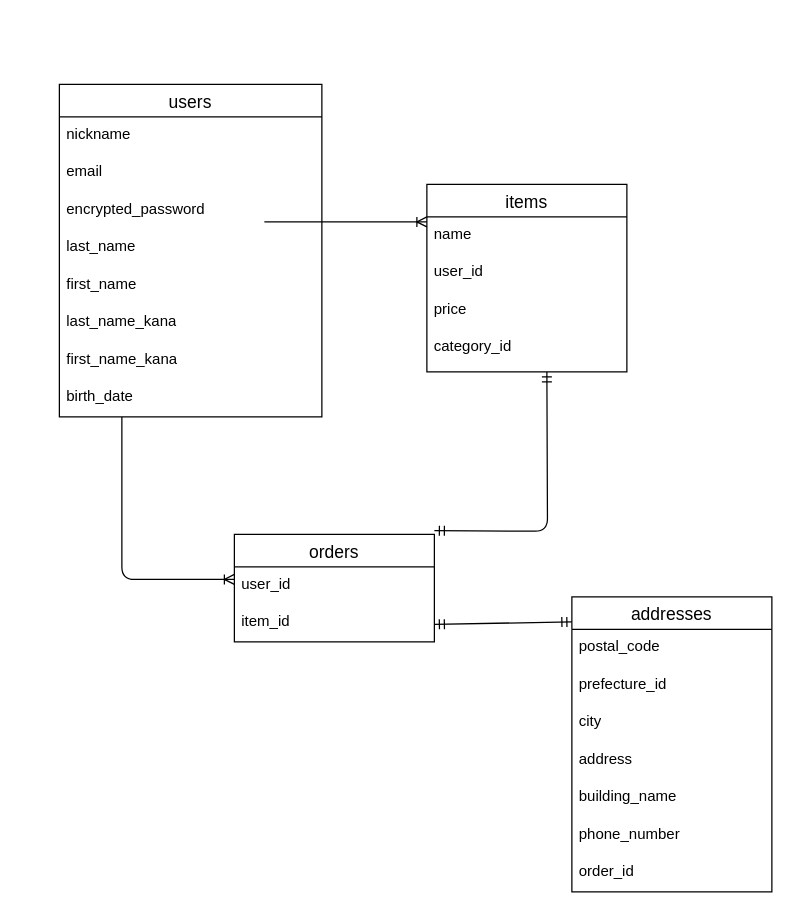
This is test.dio from okada076/furima-42380, a draw.io file, before an edit. Source tidied: cells renumbered, new cells numbered last; positions are measured from the earlier drawing's top-left corner, leaving out a move shared by most shapes. Both pictures are drawn from the tidied source at 125%, with x=0, y=0 at pixel (21, 84).
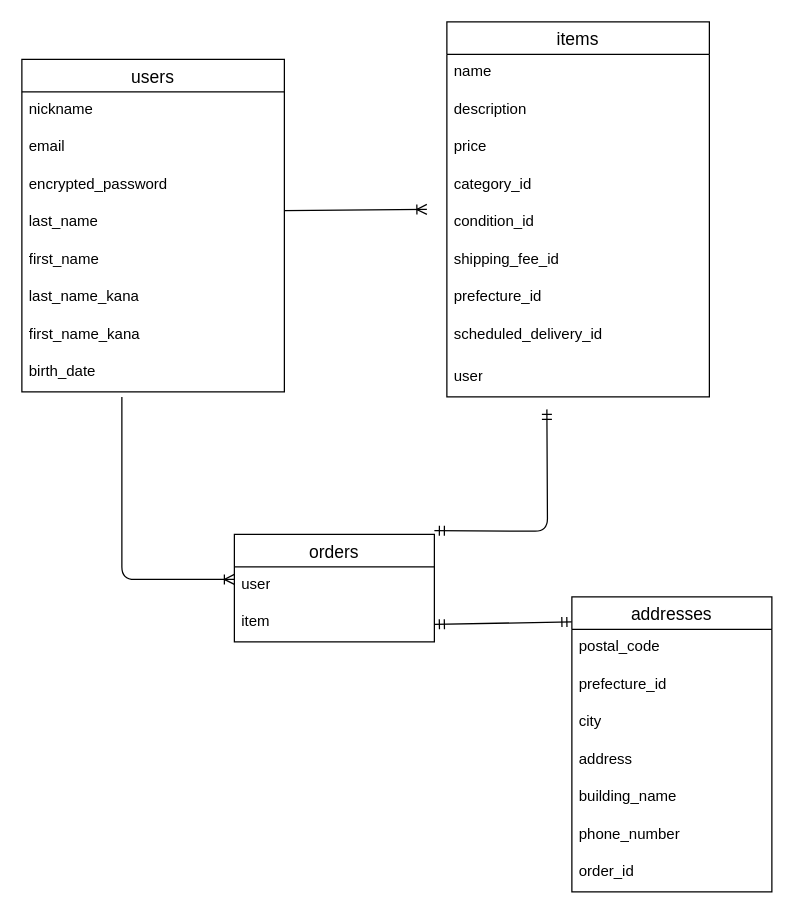
The same diagram, later.

Commit message (it also covers changes not shown here):
データベース設計修正

Unchanged cells that the change refers to:
```xml
<mxCell id="6" value="last_name" style="text;strokeColor=none;fillColor=none;spacingLeft=4;spacingRight=4;overflow=hidden;points=[[0,0.5],[1,0.5]];portConstraint=eastwest;fontSize=12;whiteSpace=wrap;html=1;" parent="2" vertex="1">
  <mxGeometry y="116" width="210" height="30" as="geometry" />
</mxCell>
<mxCell id="16" value="orders" style="swimlane;fontStyle=0;horizontal=1;startSize=26;align=center;fontSize=14;" parent="1" vertex="1">
  <mxGeometry x="170" y="360" width="160" height="86" as="geometry" />
</mxCell>
```

Change to the diagram source:
```diff
@@
     <mxCell id="2" value="users" style="swimlane;fontStyle=0;horizontal=1;startSize=26;align=center;fontSize=14;" parent="1" vertex="1">
-      <mxGeometry x="30" width="210" height="266" as="geometry" />
+      <mxGeometry y="-20" width="210" height="266" as="geometry" />
     </mxCell>
@@
     <mxCell id="11" value="items" style="swimlane;fontStyle=0;horizontal=1;startSize=26;align=center;fontSize=14;" parent="1" vertex="1">
-      <mxGeometry x="324" y="80" width="160" height="150" as="geometry" />
+      <mxGeometry x="340" y="-50" width="210" height="300" as="geometry" />
     </mxCell>
     <mxCell id="12" value="name" style="text;strokeColor=none;fillColor=none;spacingLeft=4;spacingRight=4;overflow=hidden;fontSize=12;whiteSpace=wrap;html=1;" parent="11" vertex="1">
-      <mxGeometry y="26" width="160" height="30" as="geometry" />
+      <mxGeometry y="26" width="210" height="30" as="geometry" />
     </mxCell>
-    <mxCell id="13" value="user_id" style="text;strokeColor=none;fillColor=none;spacingLeft=4;spacingRight=4;overflow=hidden;fontSize=12;whiteSpace=wrap;html=1;" parent="11" vertex="1">
-      <mxGeometry y="56" width="160" height="30" as="geometry" />
-    </mxCell>
+    <mxCell id="31" value="description" style="text;strokeColor=none;fillColor=none;spacingLeft=4;spacingRight=4;overflow=hidden;fontSize=12;whiteSpace=wrap;html=1;" parent="11" vertex="1">
+      <mxGeometry y="56" width="210" height="30" as="geometry" />
+    </mxCell>
+    <mxCell id="32" value="price" style="text;strokeColor=none;fillColor=none;spacingLeft=4;spacingRight=4;overflow=hidden;fontSize=12;whiteSpace=wrap;html=1;" parent="11" vertex="1">
+      <mxGeometry y="86" width="210" height="30" as="geometry" />
+    </mxCell>
-    <mxCell id="14" value="price" style="text;strokeColor=none;fillColor=none;spacingLeft=4;spacingRight=4;overflow=hidden;fontSize=12;whiteSpace=wrap;html=1;" parent="11" vertex="1">
-      <mxGeometry y="86" width="160" height="30" as="geometry" />
+    <mxCell id="14" value="category_id" style="text;strokeColor=none;fillColor=none;spacingLeft=4;spacingRight=4;overflow=hidden;fontSize=12;whiteSpace=wrap;html=1;" parent="11" vertex="1">
+      <mxGeometry y="116" width="210" height="30" as="geometry" />
     </mxCell>
+    <mxCell id="33" value="condition_id" style="text;strokeColor=none;fillColor=none;spacingLeft=4;spacingRight=4;overflow=hidden;fontSize=12;whiteSpace=wrap;html=1;" parent="11" vertex="1">
+      <mxGeometry y="146" width="210" height="30" as="geometry" />
+    </mxCell>
+    <mxCell id="34" value="shipping_fee_id" style="text;strokeColor=none;fillColor=none;spacingLeft=4;spacingRight=4;overflow=hidden;fontSize=12;whiteSpace=wrap;html=1;" parent="11" vertex="1">
+      <mxGeometry y="176" width="210" height="30" as="geometry" />
+    </mxCell>
+    <mxCell id="35" value="prefecture_id" style="text;strokeColor=none;fillColor=none;spacingLeft=4;spacingRight=4;overflow=hidden;fontSize=12;whiteSpace=wrap;html=1;" parent="11" vertex="1">
+      <mxGeometry y="206" width="210" height="30" as="geometry" />
+    </mxCell>
-    <mxCell id="15" value="category_id" style="text;strokeColor=none;fillColor=none;spacingLeft=4;spacingRight=4;overflow=hidden;fontSize=12;whiteSpace=wrap;html=1;" parent="11" vertex="1">
-      <mxGeometry y="116" width="160" height="34" as="geometry" />
+    <mxCell id="15" value="scheduled_delivery_id" style="text;strokeColor=none;fillColor=none;spacingLeft=4;spacingRight=4;overflow=hidden;fontSize=12;whiteSpace=wrap;html=1;" parent="11" vertex="1">
+      <mxGeometry y="236" width="210" height="34" as="geometry" />
     </mxCell>
+    <mxCell id="36" value="user" style="text;strokeColor=none;fillColor=none;spacingLeft=4;spacingRight=4;overflow=hidden;fontSize=12;whiteSpace=wrap;html=1;" parent="11" vertex="1">
+      <mxGeometry y="270" width="210" height="30" as="geometry" />
+    </mxCell>
@@
-    <mxCell id="17" value="user_id" style="text;strokeColor=none;fillColor=none;spacingLeft=4;spacingRight=4;overflow=hidden;fontSize=12;whiteSpace=wrap;html=1;" parent="16" vertex="1">
+    <mxCell id="17" value="user" style="text;strokeColor=none;fillColor=none;spacingLeft=4;spacingRight=4;overflow=hidden;fontSize=12;whiteSpace=wrap;html=1;" parent="16" vertex="1">
       <mxGeometry y="26" width="160" height="30" as="geometry" />
     </mxCell>
-    <mxCell id="18" value="item_id" style="text;strokeColor=none;fillColor=none;spacingLeft=4;spacingRight=4;overflow=hidden;fontSize=12;whiteSpace=wrap;html=1;" parent="16" vertex="1">
+    <mxCell id="18" value="item" style="text;strokeColor=none;fillColor=none;spacingLeft=4;spacingRight=4;overflow=hidden;fontSize=12;whiteSpace=wrap;html=1;" parent="16" vertex="1">
       <mxGeometry y="56" width="160" height="30" as="geometry" />
     </mxCell>
-    <mxCell id="19" style="edgeStyle=entityRelationEdgeStyle;fontSize=12;html=1;endArrow=ERoneToMany;" parent="1" edge="1">
+    <mxCell id="19" style="fontSize=12;html=1;endArrow=ERoneToMany;exitX=1;exitY=0.167;exitDx=0;exitDy=0;exitPerimeter=0;" parent="1" edge="1" source="6">
       <mxGeometry relative="1" as="geometry">
-        <mxPoint x="194" y="110" as="sourcePoint" />
-        <mxPoint x="324" y="110" as="targetPoint" />
-        <Array as="points">
-          <mxPoint x="154" y="60" />
-          <mxPoint x="154" y="30" />
-          <mxPoint x="274" y="40" />
-          <mxPoint x="194" y="20" />
-        </Array>
+        <mxPoint x="324" y="100" as="targetPoint" />
       </mxGeometry>
     </mxCell>
@@
     <mxCell id="29" style="fontSize=12;html=1;endArrow=ERoneToMany;edgeStyle=elbowEdgeStyle;elbow=vertical;" parent="1" edge="1">
       <mxGeometry relative="1" as="geometry">
-        <mxPoint x="80" y="266" as="sourcePoint" />
+        <mxPoint x="80" y="250" as="sourcePoint" />
         <mxPoint x="170" y="396" as="targetPoint" />
         <Array as="points">
           <mxPoint y="396" />
         </Array>
       </mxGeometry>
     </mxCell>
     <mxCell id="30" style="edgeStyle=orthogonalEdgeStyle;fontSize=12;html=1;endArrow=ERmandOne;startArrow=ERmandOne;" parent="1" edge="1">
       <mxGeometry relative="1" as="geometry">
         <mxPoint x="330" y="357" as="sourcePoint" />
-        <mxPoint x="420" y="230" as="targetPoint" />
+        <mxPoint x="420" y="260" as="targetPoint" />
       </mxGeometry>
     </mxCell>
```
